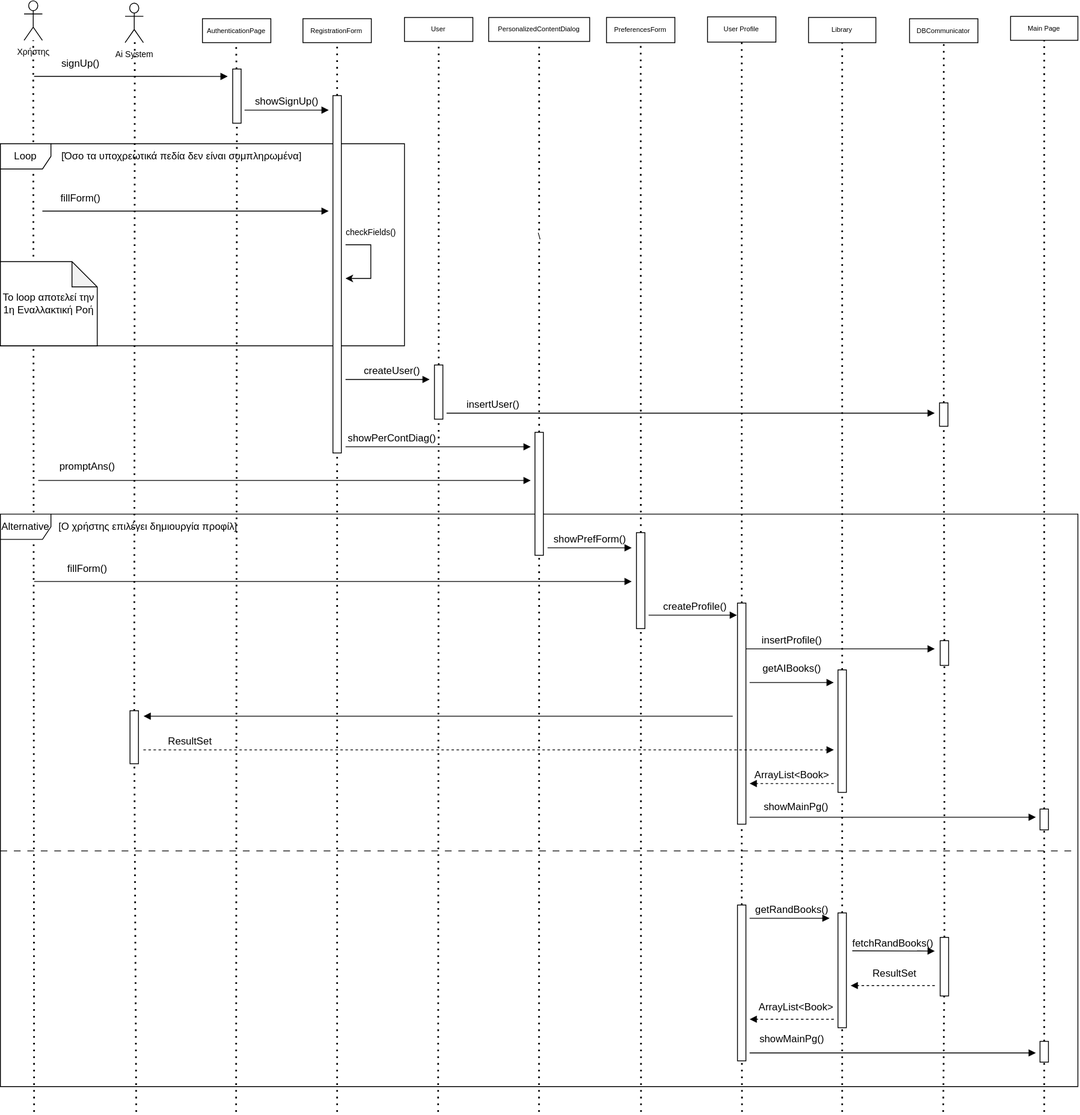
This is 2nd Assignment/Sequence Diagrams/Sequence-Diagram-v0.1-Δημιουργία Λογαριασμού-Προφίλ.svg from CallMeJasonYT/LibraVision, a draw.io export, as it was before one commit. Source tidied: cells renumbered, new cells last; positions are measured from the earlier drawing's top-left corner, leaving out a move shared by most shapes.
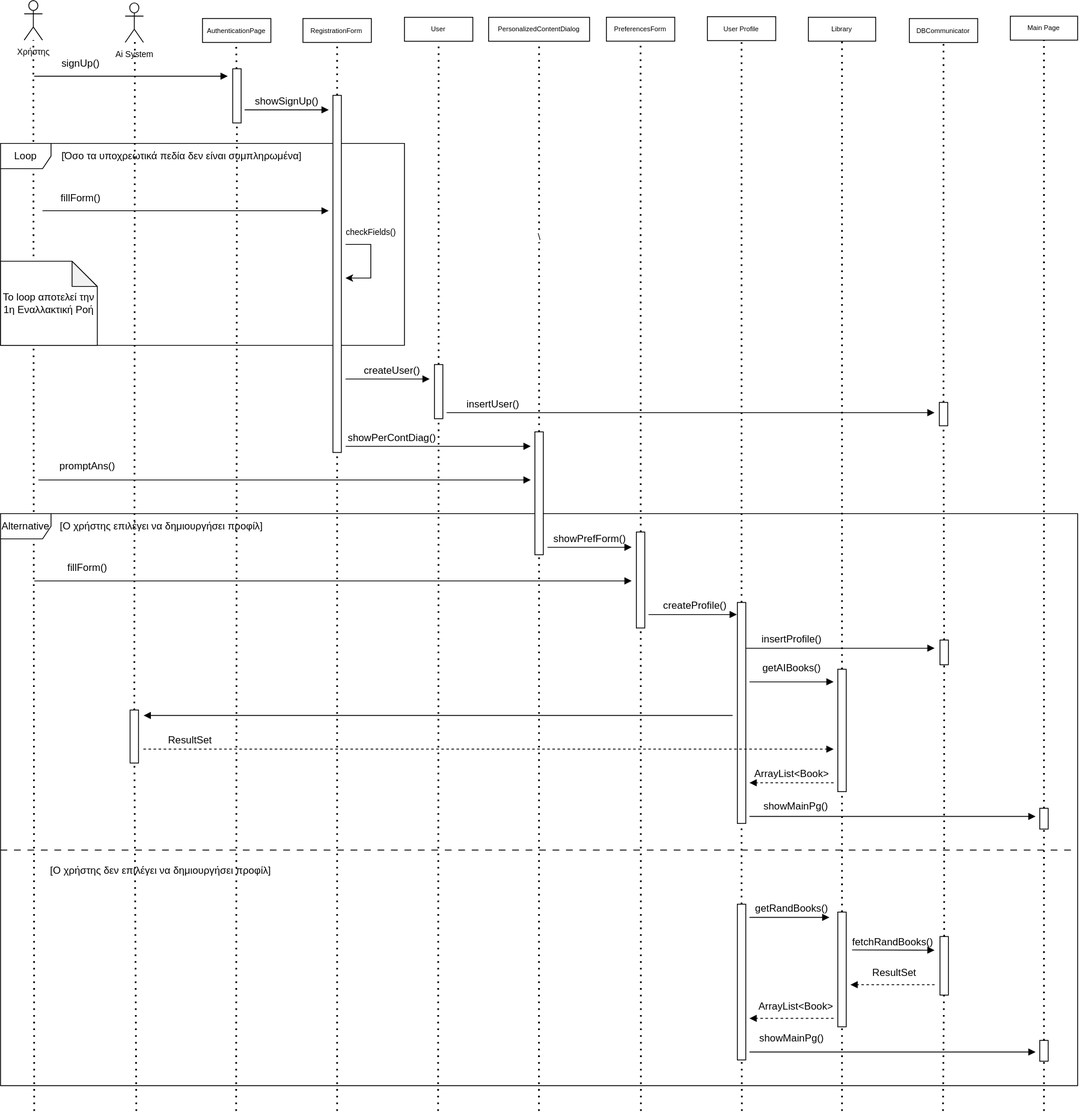
Later version of the same file.

Commit message:
Sequence-Diagram-v0.1-Δημιουργία Λογαριασμού-Προφίλ

The edit, as a diff of the source:
```diff
@@ -73,7 +73,7 @@
       <mxGeometry x="1080" y="21.6" width="81.2" height="28.4" as="geometry" />
     </mxCell>
     <mxCell id="20" value="PreferencesForm" style="rounded=0;whiteSpace=wrap;html=1;spacing=0;fontSize=8;" parent="1" vertex="1">
-      <mxGeometry x="720" y="20" width="81.2" height="30" as="geometry" />
+      <mxGeometry x="720" y="20" width="81.2" height="28.4" as="geometry" />
     </mxCell>
     <mxCell id="21" value="Main Page" style="rounded=0;whiteSpace=wrap;html=1;spacing=0;fontSize=8;" parent="1" vertex="1">
       <mxGeometry x="1200" y="18.8" width="80" height="28.4" as="geometry" />
@@ -183,8 +183,8 @@
     <mxCell id="46" value="promptAns()" style="text;html=1;align=center;verticalAlign=middle;strokeColor=none;fillColor=none;spacing=0;" parent="1" vertex="1">
       <mxGeometry x="58.1" y="543.9" width="90" height="20" as="geometry" />
     </mxCell>
-    <mxCell id="47" value="[Ο χρήστης επιλέγει δημιουργία προφίλ]" style="text;html=1;align=center;verticalAlign=middle;strokeColor=none;fillColor=none;" parent="1" vertex="1">
-      <mxGeometry x="55" y="610" width="240" height="30" as="geometry" />
+    <mxCell id="47" value="[Ο χρήστης επιλέγει να δημιουργήσει προφίλ]" style="text;html=1;align=center;verticalAlign=middle;strokeColor=none;fillColor=none;" parent="1" vertex="1">
+      <mxGeometry x="61.2" y="610" width="260" height="30" as="geometry" />
     </mxCell>
     <mxCell id="48" style="endArrow=none;dashed=1;html=1;dashPattern=1 3;strokeWidth=2;rounded=0;" parent="1" edge="1" source="95" target="53">
       <mxGeometry relative="1" as="geometry" />
@@ -214,7 +214,7 @@
       <mxGeometry x="68.1" y="660" width="70" height="30" as="geometry" />
     </mxCell>
     <mxCell id="55" value="User Profile" style="rounded=0;whiteSpace=wrap;html=1;spacing=0;fontSize=8;" parent="1" vertex="1">
-      <mxGeometry x="840" y="19.3" width="81.2" height="30" as="geometry" />
+      <mxGeometry x="840" y="19.3" width="81.2" height="28.4" as="geometry" />
     </mxCell>
     <mxCell id="56" style="rounded=0;whiteSpace=wrap;html=1;rotation=-90;" parent="1" vertex="1">
       <mxGeometry x="703.6" y="684" width="114" height="10" as="geometry" />
@@ -296,7 +296,7 @@
       <mxGeometry relative="1" as="geometry" />
     </mxCell>
     <mxCell id="77" value="Library" style="rounded=0;whiteSpace=wrap;html=1;spacing=0;fontSize=8;" parent="1" vertex="1">
-      <mxGeometry x="960" y="20" width="80" height="30" as="geometry" />
+      <mxGeometry x="960" y="20" width="80" height="28.4" as="geometry" />
     </mxCell>
     <mxCell id="78" style="html=1;verticalAlign=bottom;endArrow=block;curved=0;rounded=0;" parent="1" edge="1">
       <mxGeometry relative="1" as="geometry">
@@ -403,5 +403,8 @@
     <mxCell id="101" style="rounded=0;whiteSpace=wrap;html=1;rotation=-90;" parent="1" vertex="1">
       <mxGeometry x="1227.7" y="1243.6" width="24.7" height="10" as="geometry" />
     </mxCell>
+    <mxCell id="102" value="[Ο χρήστης δεν επιλέγει να δημιουργήσει προφίλ]" style="text;html=1;align=center;verticalAlign=middle;strokeColor=none;fillColor=none;" parent="1" vertex="1">
+      <mxGeometry x="45" y="1020" width="290" height="30" as="geometry" />
+    </mxCell>
   </root>
 </mxGraphModel>
```
